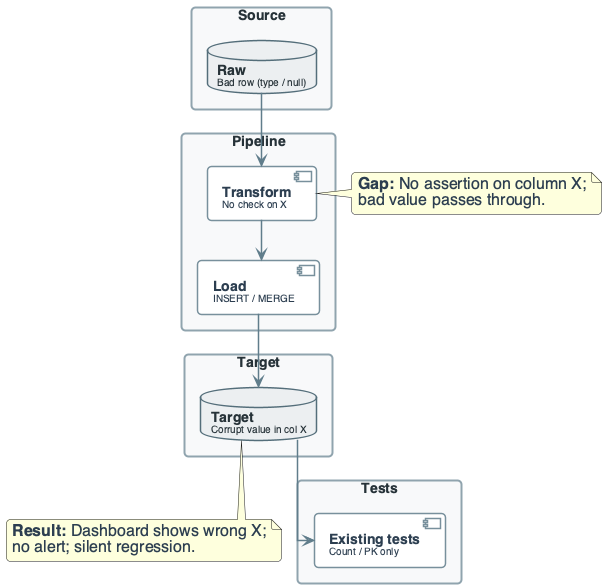
OrPerets/data-engineering-course keeps this PlantUML diagram as diagrams/week13/week13_lecture_slide38_failure_silent_regression.png. Above is the earlier version.
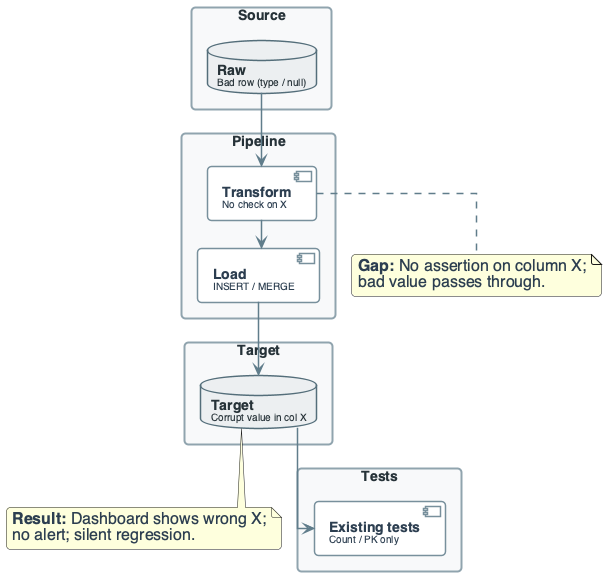
After the change.

Diff of the diagram source:
```diff
@@ -5,8 +5,8 @@
 skinparam shadowing false
 skinparam roundcorner 8
 skinparam handwritten false
-skinparam nodesep 30
-skinparam ranksep 40
+skinparam nodesep 24
+skinparam ranksep 28
 
 skinparam defaultFontName "Segoe UI, Helvetica, sans-serif"
 skinparam defaultFontSize 16
@@ -140,7 +140,7 @@
 L --> TGT
 TGT --> TEST
 
-note right of T : **Gap:** No assertion on column X;\nbad value passes through.
+note bottom of T : **Gap:** No assertion on column X;\nbad value passes through.
 note bottom of TGT : **Result:** Dashboard shows wrong X;\nno alert; silent regression.
 
 @enduml
```
